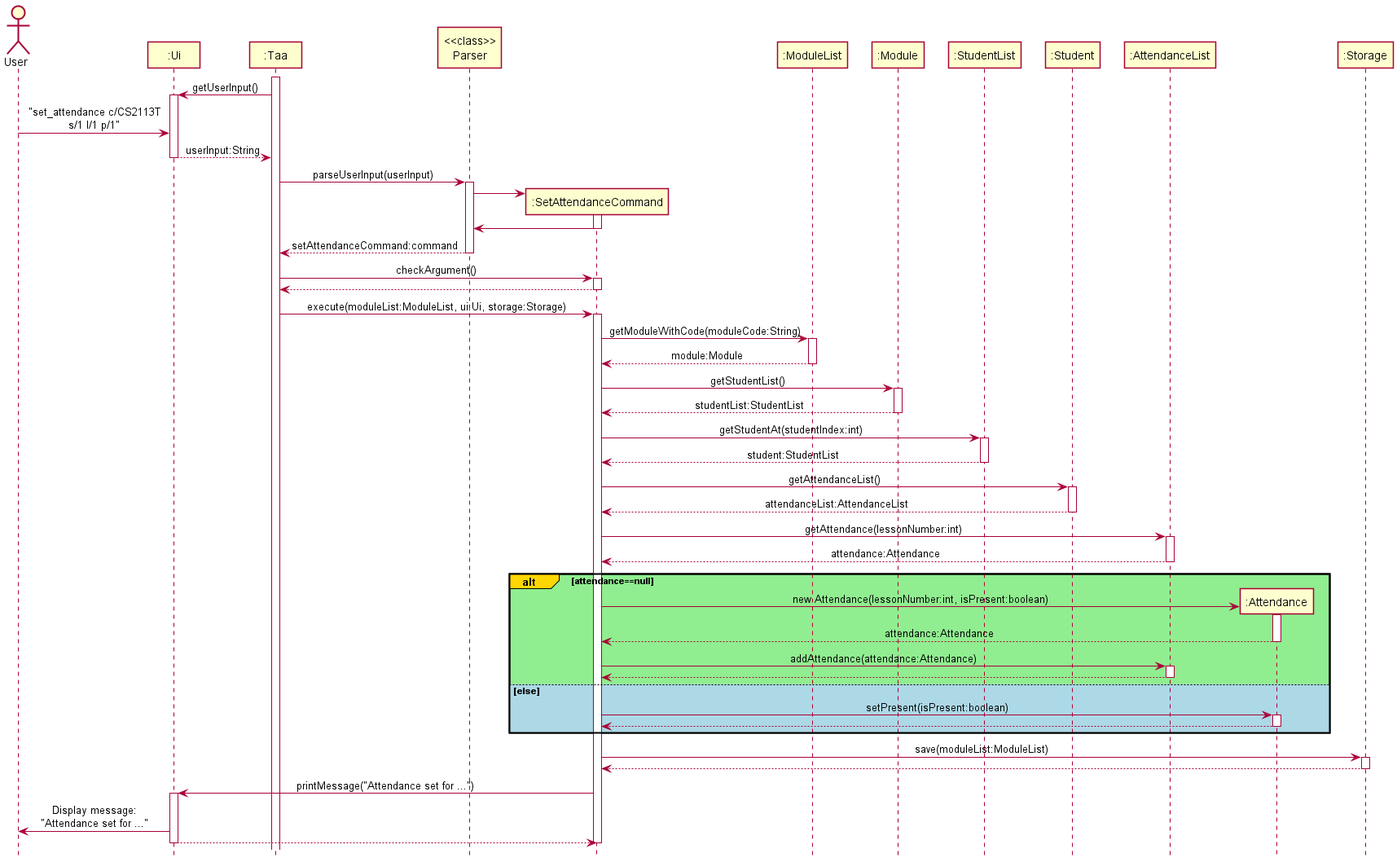
Before: docs/diagrams/sequence/SetAttendanceSequenceDiagram.png, a diagram exported from PlantUML (nus-cs2113-AY2122S1/tp).
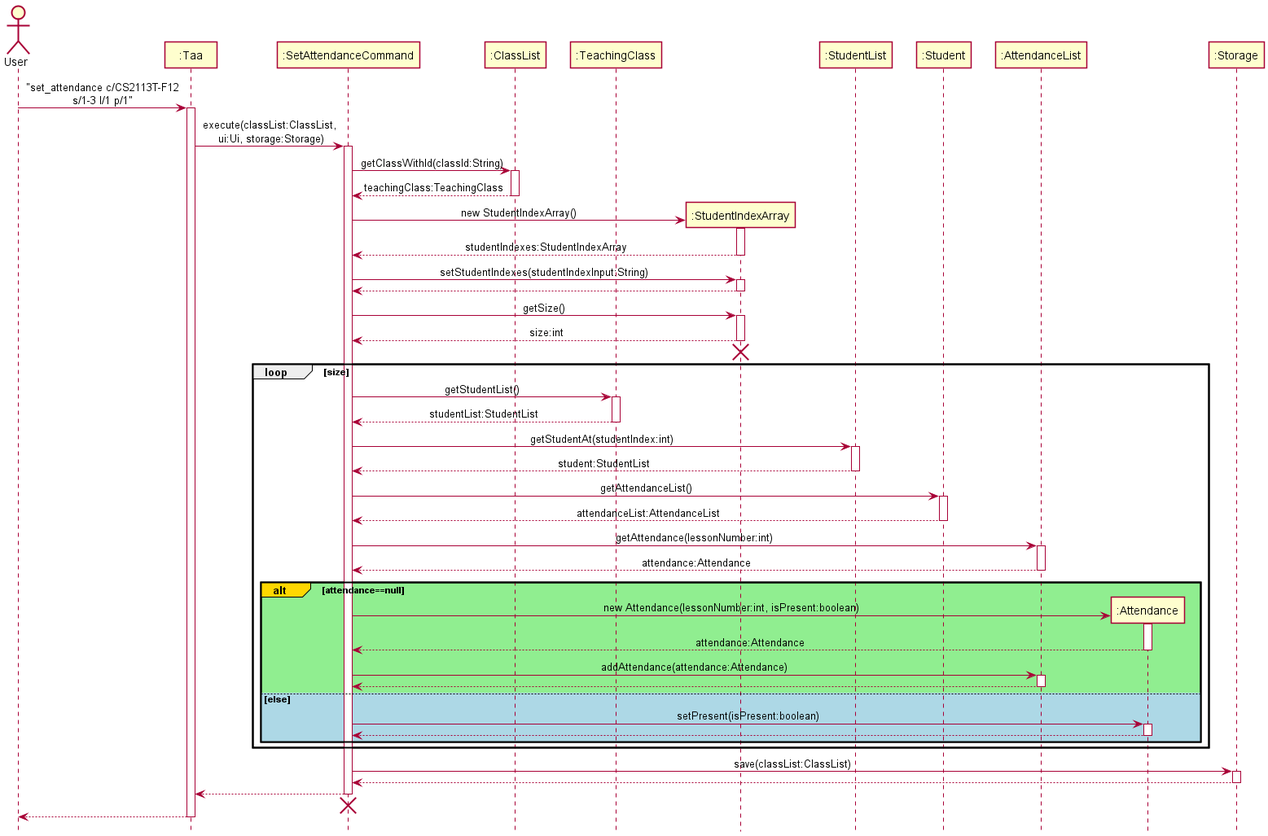
The same file after the commit.

The edit, as a diff of the source:
```diff
@@ -1,105 +1,100 @@
 @startuml
-!include style.puml
+!include SequenceStyle.puml
 
 Actor User as user
-Participant ":Ui" as ui
 Participant ":Taa" as taa
-Participant "<<class>>\nParser" as parser
 Participant ":SetAttendanceCommand" as setAttendanceCommand
-Participant ":ModuleList" as moduleList
-Participant ":Module" as module
+Participant ":ClassList" as classList
+Participant ":TeachingClass" as teachingClass
+Participant ":StudentIndexArray" as studentIndexArray
 Participant ":StudentList" as studentList
 Participant ":Student" as student
 Participant ":AttendanceList" as attendanceList
 Participant ":Attendance" as attendance
 Participant ":Storage" as storage
 
+
+user -> taa : "set_attendance c/CS2113T-F12\ns/1-3 l/1 p/1"
 activate taa
-
-taa -> ui : getUserInput()
-activate ui
-
-user -> ui : "set_attendance c/CS2113T\ns/1 l/1 p/1"
-ui --> taa : userInput:String
-deactivate ui
-
-taa -> parser : parseUserInput(userInput)
-activate parser
-
-create setAttendanceCommand
-parser -> setAttendanceCommand
-activate setAttendanceCommand
-setAttendanceCommand -> parser
-deactivate setAttendanceCommand
-
-parser --> taa : setAttendanceCommand:command
-deactivate parser
-
-taa -> setAttendanceCommand : checkArgument()
+taa -> setAttendanceCommand : execute(classList:ClassList,\n ui:Ui, storage:Storage)
 activate setAttendanceCommand
 
-setAttendanceCommand --> taa
-deactivate setAttendanceCommand
+setAttendanceCommand -> classList : getClassWithId(classId:String)
+activate classList
+classList --> setAttendanceCommand : teachingClass:TeachingClass
+deactivate classList
 
-taa -> setAttendanceCommand : execute(moduleList:ModuleList, ui:Ui, storage:Storage)
-activate setAttendanceCommand
+create studentIndexArray
+setAttendanceCommand -> studentIndexArray : new StudentIndexArray()
+activate studentIndexArray
+studentIndexArray --> setAttendanceCommand : studentIndexes:StudentIndexArray
+deactivate studentIndexArray
 
-setAttendanceCommand -> moduleList : getModuleWithCode(moduleCode:String)
-activate moduleList
-moduleList --> setAttendanceCommand : module:Module
-deactivate moduleList
+setAttendanceCommand -> studentIndexArray : setStudentIndexes(studentIndexInput:String)
+activate studentIndexArray
+studentIndexArray --> setAttendanceCommand
+deactivate studentIndexArray
 
+setAttendanceCommand -> studentIndexArray : getSize()
+activate studentIndexArray
+studentIndexArray --> setAttendanceCommand : size:int
+deactivate studentIndexArray
 
-setAttendanceCommand -> module : getStudentList()
-activate module
-module --> setAttendanceCommand : studentList:StudentList
-deactivate module
+setAttendanceCommand -[hidden]-> studentIndexArray
+destroy studentIndexArray
 
-setAttendanceCommand -> studentList : getStudentAt(studentIndex:int)
-activate studentList
-studentList --> setAttendanceCommand : student:StudentList
-deactivate studentList
+loop size
+    setAttendanceCommand -> teachingClass : getStudentList()
+    activate teachingClass
+    teachingClass --> setAttendanceCommand : studentList:StudentList
+    deactivate teachingClass
 
-setAttendanceCommand -> student : getAttendanceList()
-activate student
-student --> setAttendanceCommand : attendanceList:AttendanceList
-deactivate student
+    setAttendanceCommand -> studentList : getStudentAt(studentIndex:int)
+    activate studentList
+    studentList --> setAttendanceCommand : student:StudentList
+    deactivate studentList
 
-setAttendanceCommand -> attendanceList : getAttendance(lessonNumber:int)
-activate attendanceList
-attendanceList --> setAttendanceCommand : attendance:Attendance
-deactivate attendanceList
+    setAttendanceCommand -> student : getAttendanceList()
+    activate student
+    student --> setAttendanceCommand : attendanceList:AttendanceList
+    deactivate student
 
-alt#Gold #LightGreen attendance==null
-    create attendance
-    setAttendanceCommand -> attendance : new Attendance(lessonNumber:int, isPresent:boolean)
-    activate attendance
-    attendance --> setAttendanceCommand : attendance:Attendance
-    deactivate attendance
-
-    setAttendanceCommand -> attendanceList : addAttendance(attendance:Attendance)
+    setAttendanceCommand -> attendanceList : getAttendance(lessonNumber:int)
     activate attendanceList
-    attendanceList --> setAttendanceCommand
+    attendanceList --> setAttendanceCommand : attendance:Attendance
     deactivate attendanceList
 
-else #LightBlue else
-    setAttendanceCommand -> attendance : setPresent(isPresent:boolean)
-    activate attendance
-    attendance --> setAttendanceCommand :
-    deactivate attendance
+    alt#Gold #LightGreen attendance==null
+        create attendance
+        setAttendanceCommand -> attendance : new Attendance(lessonNumber:int, isPresent:boolean)
+        activate attendance
+        attendance --> setAttendanceCommand : attendance:Attendance
+        deactivate attendance
+
+        setAttendanceCommand -> attendanceList : addAttendance(attendance:Attendance)
+        activate attendanceList
+        attendanceList --> setAttendanceCommand
+        deactivate attendanceList
+
+    else #LightBlue else
+        setAttendanceCommand -> attendance : setPresent(isPresent:boolean)
+        activate attendance
+        attendance --> setAttendanceCommand :
+        deactivate attendance
+    end
 end
 
-setAttendanceCommand -> storage : save(moduleList:ModuleList)
+setAttendanceCommand -> storage : save(classList:ClassList)
 activate storage
 storage --> setAttendanceCommand
 deactivate storage
 
-setAttendanceCommand -> ui : printMessage("Attendance set for ...")
-activate ui
-ui -> user : Display message:\n"Attendance set for ..."
-ui --> setAttendanceCommand
-deactivate ui
+setAttendanceCommand --> taa
+deactivate setAttendanceCommand
+taa -[hidden]-> setAttendanceCommand
+destroy setAttendanceCommand
 
-deactivate setAttendanceCommand
+taa --> user
+deactivate taa
 
 @enduml
```
